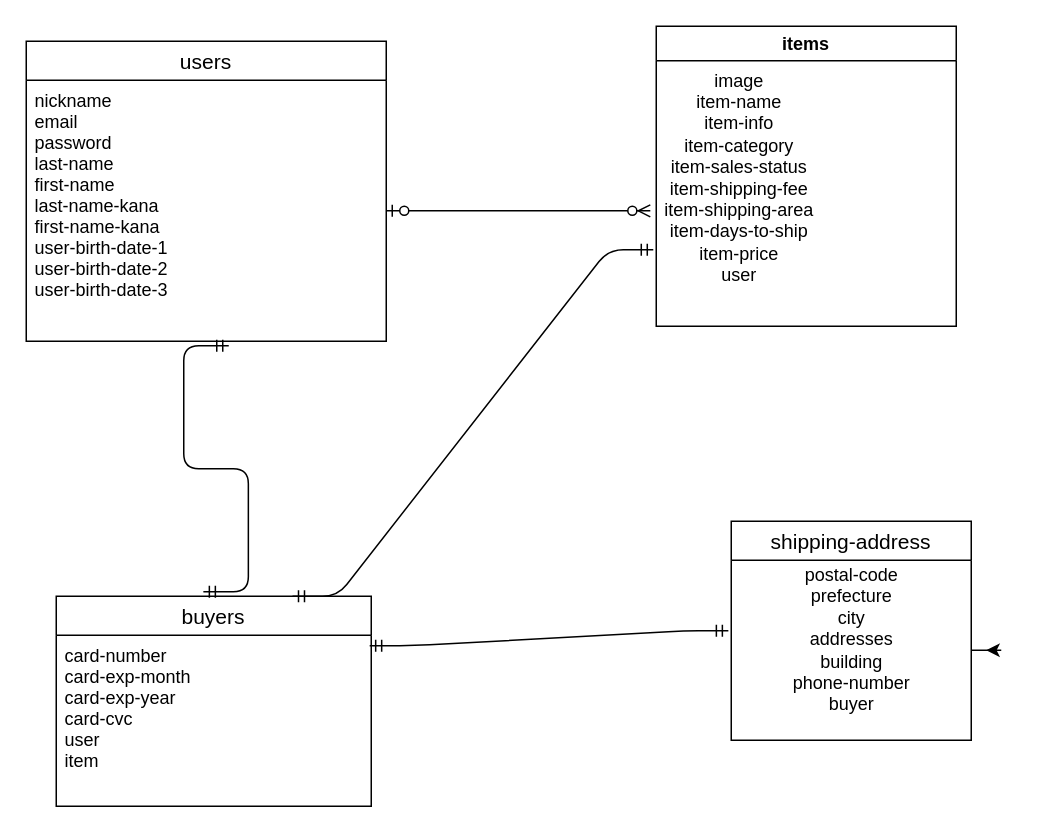
Earlier version of the draw.io diagram ER.dio (takeshivvv/furima-30339). Source tidied: cells renumbered, new cells numbered last; positions are measured from the earlier drawing's top-left corner, leaving out a move shared by most shapes. Both pictures are drawn from the tidied source at 150%, with x=0, y=0 at pixel (26, 26).
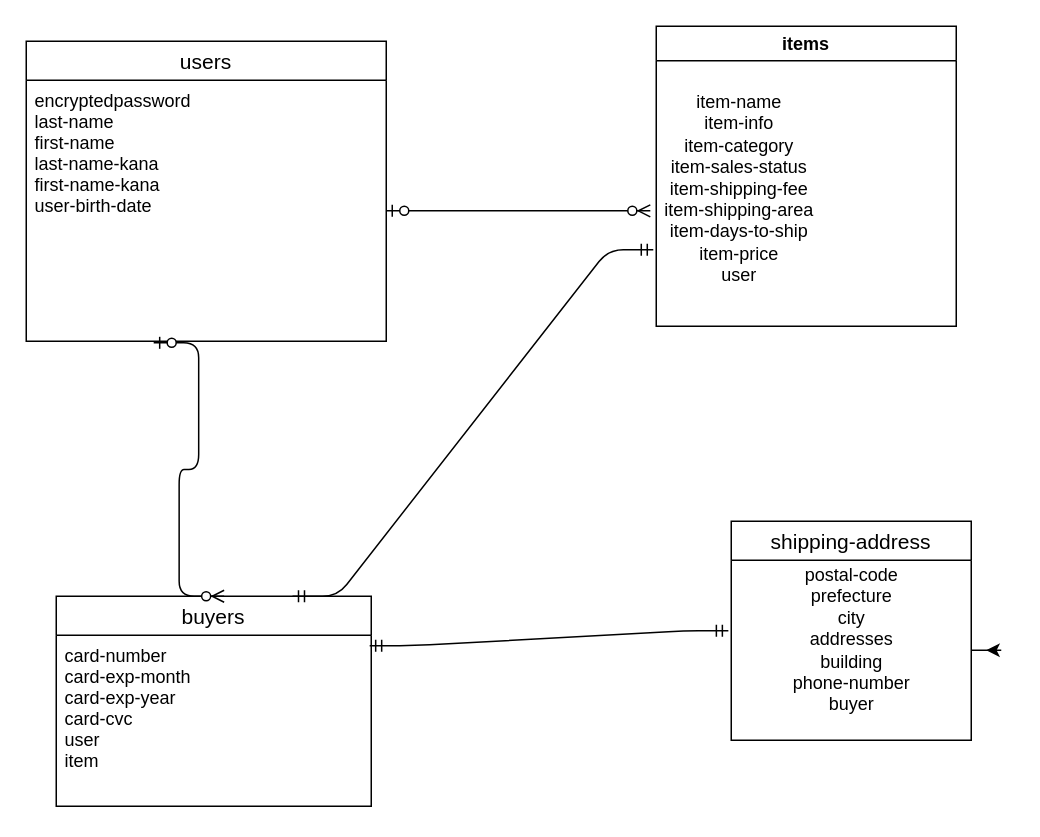
After the change.

Commit message:
データベース設計修正２

Change to the diagram source:
```diff
@@
 <mxGraphModel>
   <root>
     <mxCell id="0" />
     <mxCell id="1" parent="0" />
     <mxCell id="2" value="users" style="swimlane;fontStyle=0;horizontal=1;startSize=26;align=center;fontSize=14;" parent="1" vertex="1">
       <mxGeometry y="10" width="240" height="200" as="geometry" />
     </mxCell>
-    <mxCell id="3" value="nickname&#10;email&#10;password&#10;last-name&#10;first-name&#10;last-name-kana&#10;first-name-kana&#10;user-birth-date-1&#10;user-birth-date-2&#10;user-birth-date-3" style="text;strokeColor=none;fillColor=none;spacingLeft=4;spacingRight=4;overflow=hidden;points=[[0,0.5],[1,0.5]];portConstraint=eastwest;fontSize=12;" parent="2" vertex="1">
+    <mxCell id="3" value="encryptedpassword&#10;last-name&#10;first-name&#10;last-name-kana&#10;first-name-kana&#10;user-birth-date" style="text;strokeColor=none;fillColor=none;spacingLeft=4;spacingRight=4;overflow=hidden;points=[[0,0.5],[1,0.5]];portConstraint=eastwest;fontSize=12;" parent="2" vertex="1">
       <mxGeometry y="26" width="240" height="174" as="geometry" />
     </mxCell>
     <mxCell id="4" value="items" style="swimlane;" parent="1" vertex="1">
       <mxGeometry x="420" width="200" height="200" as="geometry" />
     </mxCell>
-    <mxCell id="5" value="image&lt;br&gt;item-name&lt;br&gt;item-info&lt;br&gt;item-category&lt;br&gt;item-sales-status&lt;br&gt;item-shipping-fee&lt;br&gt;item-shipping-area&lt;br&gt;item-days-to-ship&lt;br&gt;item-price&lt;br&gt;user&lt;br&gt;" style="text;html=1;align=center;verticalAlign=middle;points=[];" parent="4" vertex="1">
+    <mxCell id="5" value="&lt;br&gt;item-name&lt;br&gt;item-info&lt;br&gt;item-category&lt;br&gt;item-sales-status&lt;br&gt;item-shipping-fee&lt;br&gt;item-shipping-area&lt;br&gt;item-days-to-ship&lt;br&gt;item-price&lt;br&gt;user" style="text;html=1;align=center;verticalAlign=middle;points=[];" parent="4" vertex="1">
       <mxGeometry y="26" width="110" height="150" as="geometry" />
     </mxCell>
     <mxCell id="6" value="buyers" style="swimlane;fontStyle=0;horizontal=1;startSize=26;align=center;fontSize=14;" parent="1" vertex="1">
       <mxGeometry x="20" y="380" width="210" height="140" as="geometry" />
     </mxCell>
     <mxCell id="7" value="card-number&#10;card-exp-month&#10;card-exp-year&#10;card-cvc&#10;user&#10;item&#10;" style="text;strokeColor=none;fillColor=none;spacingLeft=4;spacingRight=4;overflow=hidden;points=[[0,0.5],[1,0.5]];portConstraint=eastwest;fontSize=12;" parent="6" vertex="1">
       <mxGeometry y="26" width="210" height="114" as="geometry" />
     </mxCell>
     <mxCell id="8" value="shipping-address" style="swimlane;fontStyle=0;horizontal=1;startSize=26;align=center;fontSize=14;" parent="1" vertex="1">
       <mxGeometry x="470" y="330" width="160" height="146" as="geometry" />
     </mxCell>
     <mxCell id="9" value="postal-code&lt;br&gt;prefecture&lt;br&gt;city&lt;br&gt;addresses&lt;br&gt;building&lt;br&gt;phone-number&lt;br&gt;buyer&lt;br&gt;&lt;br&gt;" style="text;html=1;align=center;verticalAlign=middle;points=[];" parent="8" vertex="1">
       <mxGeometry y="26" width="160" height="120" as="geometry" />
     </mxCell>
     <mxCell id="10" style="edgeStyle=orthogonalEdgeStyle;rounded=0;jettySize=auto;html=1;" parent="8" edge="1" source="9">
       <mxGeometry relative="1" as="geometry">
         <mxPoint x="170" y="86" as="targetPoint" />
       </mxGeometry>
     </mxCell>
     <mxCell id="11" style="edgeStyle=entityRelationEdgeStyle;fontSize=12;html=1;endArrow=ERzeroToMany;startArrow=ERzeroToOne;exitX=1;exitY=0.5;exitDx=0;exitDy=0;entryX=-0.036;entryY=0.647;entryDx=0;entryDy=0;entryPerimeter=0;" parent="1" edge="1" source="3" target="5">
       <mxGeometry relative="1" as="geometry" />
     </mxCell>
-    <mxCell id="12" style="edgeStyle=entityRelationEdgeStyle;fontSize=12;html=1;endArrow=ERmandOne;startArrow=ERmandOne;exitX=0.467;exitY=-0.021;exitDx=0;exitDy=0;exitPerimeter=0;" parent="1" edge="1" source="6">
-      <mxGeometry relative="1" as="geometry">
-        <mxPoint x="135" y="213" as="targetPoint" />
-      </mxGeometry>
-    </mxCell>
     <mxCell id="13" style="edgeStyle=entityRelationEdgeStyle;fontSize=12;html=1;endArrow=ERmandOne;startArrow=ERmandOne;entryX=-0.018;entryY=0.82;entryDx=0;entryDy=0;entryPerimeter=0;exitX=0.75;exitY=0;exitDx=0;exitDy=0;" parent="1" edge="1" source="6" target="5">
       <mxGeometry relative="1" as="geometry" />
     </mxCell>
     <mxCell id="14" style="edgeStyle=entityRelationEdgeStyle;fontSize=12;html=1;endArrow=ERmandOne;startArrow=ERmandOne;entryX=-0.012;entryY=0.392;entryDx=0;entryDy=0;entryPerimeter=0;exitX=0.995;exitY=0.061;exitDx=0;exitDy=0;exitPerimeter=0;" parent="1" edge="1" source="7" target="9">
       <mxGeometry relative="1" as="geometry" />
     </mxCell>
+    <mxCell id="15" style="edgeStyle=entityRelationEdgeStyle;fontSize=12;html=1;endArrow=ERzeroToMany;startArrow=ERzeroToOne;entryX=0.533;entryY=0;entryDx=0;entryDy=0;entryPerimeter=0;exitX=0.354;exitY=1.006;exitDx=0;exitDy=0;exitPerimeter=0;" parent="1" edge="1" source="3" target="6">
+      <mxGeometry relative="1" as="geometry" />
+    </mxCell>
   </root>
 </mxGraphModel>
```
